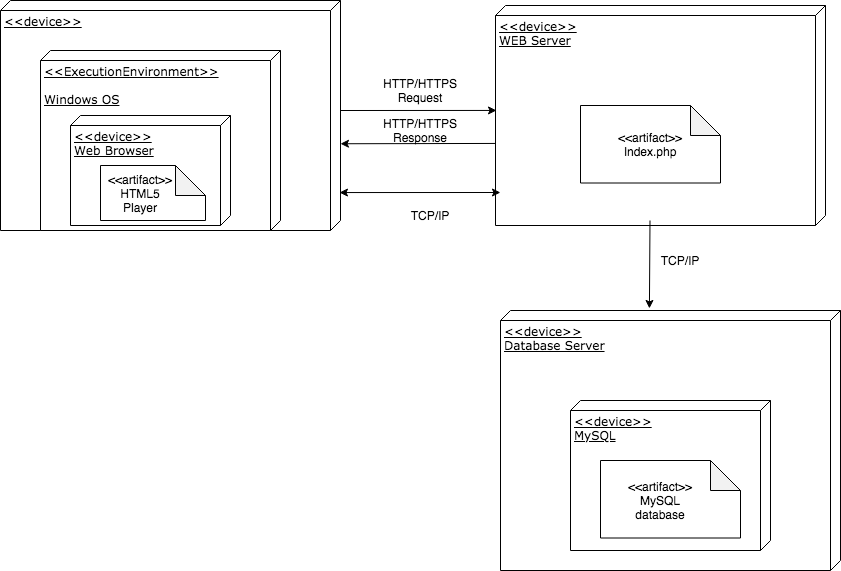
kkasharaj17/SE-project keeps this draw.io diagram as Diagrams/Deployment Diagram/Deployment.png. Above is the earlier version. Source tidied: cells renumbered, new cells last; positions are measured from the earlier drawing's top-left corner, leaving out a move shared by most shapes. The source it was exported from:
```xml
<mxGraphModel background="#ffffff">
  <root>
    <mxCell id="0" />
    <mxCell id="1" parent="0" />
    <mxCell id="2" value="&amp;lt;&amp;lt;device&amp;gt;&amp;gt;" style="verticalAlign=top;align=left;spacingTop=8;spacingLeft=2;spacingRight=12;shape=cube;size=10;direction=south;fontStyle=4;html=1;rounded=0;shadow=0;comic=0;labelBackgroundColor=none;strokeWidth=1;fontFamily=Verdana;fontSize=12;" parent="1" vertex="1">
      <mxGeometry width="340" height="230" as="geometry" />
    </mxCell>
    <mxCell id="3" value="&amp;lt;&amp;lt;device&amp;gt;&amp;gt;&lt;br&gt;WEB Server" style="verticalAlign=top;align=left;spacingTop=8;spacingLeft=2;spacingRight=12;shape=cube;size=10;direction=south;fontStyle=4;html=1;rounded=0;shadow=0;comic=0;labelBackgroundColor=none;strokeWidth=1;fontFamily=Verdana;fontSize=12;" parent="1" vertex="1">
      <mxGeometry x="495" y="5" width="330" height="220" as="geometry" />
    </mxCell>
    <mxCell id="4" value="&amp;lt;&amp;lt;device&amp;gt;&amp;gt;&lt;br&gt;Database Server" style="verticalAlign=top;align=left;spacingTop=8;spacingLeft=2;spacingRight=12;shape=cube;size=10;direction=south;fontStyle=4;html=1;rounded=0;shadow=0;comic=0;labelBackgroundColor=none;strokeWidth=1;fontFamily=Verdana;fontSize=12;" parent="1" vertex="1">
      <mxGeometry x="500" y="310" width="340" height="260" as="geometry" />
    </mxCell>
    <mxCell id="5" value="&amp;lt;&amp;lt;ExecutionEnvironment&amp;gt;&amp;gt;&lt;br&gt;&lt;br&gt;Windows OS" style="verticalAlign=top;align=left;spacingTop=8;spacingLeft=2;spacingRight=12;shape=cube;size=10;direction=south;fontStyle=4;html=1;rounded=0;shadow=0;comic=0;labelBackgroundColor=none;strokeWidth=1;fontFamily=Verdana;fontSize=12;" parent="1" vertex="1">
      <mxGeometry x="40" y="50" width="240" height="180" as="geometry" />
    </mxCell>
    <mxCell id="6" value="&amp;lt;&amp;lt;device&amp;gt;&amp;gt;&lt;br&gt;Web Browser&lt;br&gt;&lt;br&gt;" style="verticalAlign=top;align=left;spacingTop=8;spacingLeft=2;spacingRight=12;shape=cube;size=10;direction=south;fontStyle=4;html=1;rounded=0;shadow=0;comic=0;labelBackgroundColor=none;strokeWidth=1;fontFamily=Verdana;fontSize=12;" parent="1" vertex="1">
      <mxGeometry x="70" y="115" width="160" height="110" as="geometry" />
    </mxCell>
    <mxCell id="7" style="shape=note;whiteSpace=wrap;html=1;backgroundOutline=1;darkOpacity=0.05;" parent="1" vertex="1">
      <mxGeometry x="100" y="165" width="105" height="55" as="geometry" />
    </mxCell>
    <mxCell id="8" value="&amp;lt;&amp;lt;artifact&amp;gt;&amp;gt;&lt;br&gt;HTML5 Player" style="text;html=1;strokeColor=none;fillColor=none;align=center;verticalAlign=middle;whiteSpace=wrap;rounded=0;" parent="1" vertex="1">
      <mxGeometry x="120" y="182.5" width="40" height="20" as="geometry" />
    </mxCell>
    <mxCell id="9" style="shape=note;whiteSpace=wrap;html=1;backgroundOutline=1;darkOpacity=0.05;" parent="1" vertex="1">
      <mxGeometry x="580" y="105" width="140" height="77.5" as="geometry" />
    </mxCell>
    <mxCell id="10" value="&amp;lt;&amp;lt;artifact&amp;gt;&amp;gt;&lt;br&gt;Index.php" style="text;html=1;strokeColor=none;fillColor=none;align=center;verticalAlign=middle;whiteSpace=wrap;rounded=0;" parent="1" vertex="1">
      <mxGeometry x="630" y="133.8" width="40" height="20" as="geometry" />
    </mxCell>
    <mxCell id="11" value="&amp;lt;&amp;lt;device&amp;gt;&amp;gt;&lt;br&gt;MySQL" style="verticalAlign=top;align=left;spacingTop=8;spacingLeft=2;spacingRight=12;shape=cube;size=10;direction=south;fontStyle=4;html=1;rounded=0;shadow=0;comic=0;labelBackgroundColor=none;strokeWidth=1;fontFamily=Verdana;fontSize=12;" parent="1" vertex="1">
      <mxGeometry x="570" y="400" width="200" height="150" as="geometry" />
    </mxCell>
    <mxCell id="12" style="shape=note;whiteSpace=wrap;html=1;backgroundOutline=1;darkOpacity=0.05;" parent="1" vertex="1">
      <mxGeometry x="600" y="460" width="140" height="77.5" as="geometry" />
    </mxCell>
    <mxCell id="13" value="&amp;lt;&amp;lt;artifact&amp;gt;&amp;gt;&lt;br&gt;MySQL database" style="text;html=1;strokeColor=none;fillColor=none;align=center;verticalAlign=middle;whiteSpace=wrap;rounded=0;" parent="1" vertex="1">
      <mxGeometry x="640" y="490" width="40" height="20" as="geometry" />
    </mxCell>
    <mxCell id="14" style="endArrow=classic;html=1;exitX=0;exitY=0;exitDx=110;exitDy=0;exitPerimeter=0;entryX=0.477;entryY=0.997;entryDx=0;entryDy=0;entryPerimeter=0;" parent="1" edge="1" source="2" target="3">
      <mxGeometry relative="1" as="geometry" />
    </mxCell>
    <mxCell id="15" value="HTTP/HTTPS Request" style="text;html=1;strokeColor=none;fillColor=none;align=center;verticalAlign=middle;whiteSpace=wrap;rounded=0;" parent="1" vertex="1">
      <mxGeometry x="400" y="80" width="40" height="20" as="geometry" />
    </mxCell>
    <mxCell id="16" style="endArrow=classic;html=1;entryX=-0.008;entryY=0.562;entryDx=0;entryDy=0;entryPerimeter=0;" parent="1" edge="1" target="4">
      <mxGeometry relative="1" as="geometry">
        <mxPoint x="649.5" y="220" as="sourcePoint" />
      </mxGeometry>
    </mxCell>
    <mxCell id="17" style="endArrow=classic;html=1;exitX=0.627;exitY=1;exitDx=0;exitDy=0;exitPerimeter=0;" parent="1" edge="1" source="3">
      <mxGeometry relative="1" as="geometry">
        <mxPoint x="340" y="143.2" as="targetPoint" />
      </mxGeometry>
    </mxCell>
    <mxCell id="18" value="HTTP/HTTPS Response" style="text;html=1;strokeColor=none;fillColor=none;align=center;verticalAlign=middle;whiteSpace=wrap;rounded=0;" parent="1" vertex="1">
      <mxGeometry x="400" y="120" width="40" height="20" as="geometry" />
    </mxCell>
    <mxCell id="19" value="TCP/IP" style="text;html=1;strokeColor=none;fillColor=none;align=center;verticalAlign=middle;whiteSpace=wrap;rounded=0;" parent="1" vertex="1">
      <mxGeometry x="660" y="250" width="40" height="20" as="geometry" />
    </mxCell>
    <mxCell id="20" style="endArrow=classic;startArrow=classic;html=1;exitX=0.835;exitY=0.003;exitDx=0;exitDy=0;exitPerimeter=0;entryX=0.85;entryY=0.985;entryDx=0;entryDy=0;entryPerimeter=0;" parent="1" edge="1" source="2" target="3">
      <mxGeometry relative="1" as="geometry" />
    </mxCell>
    <mxCell id="21" value="TCP/IP" style="text;html=1;strokeColor=none;fillColor=none;align=center;verticalAlign=middle;whiteSpace=wrap;rounded=0;" parent="1" vertex="1">
      <mxGeometry x="410" y="205" width="40" height="20" as="geometry" />
    </mxCell>
  </root>
</mxGraphModel>
```
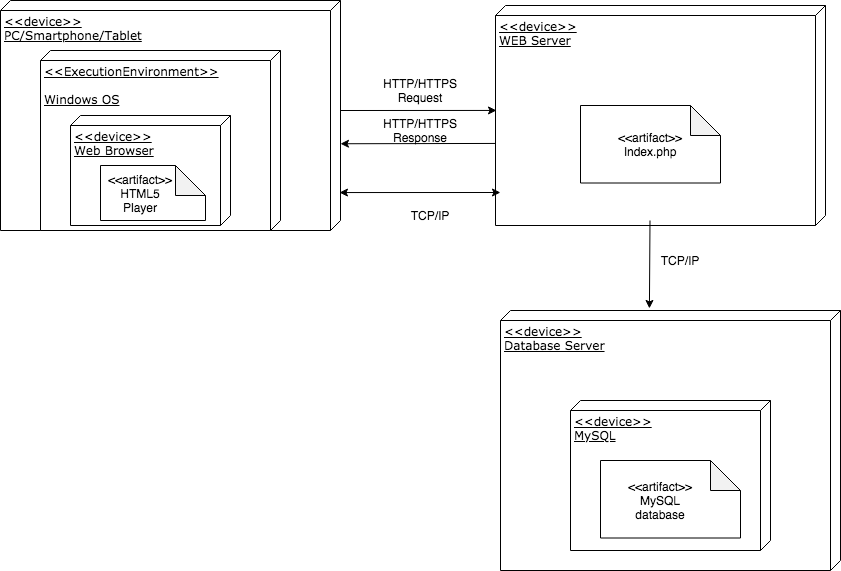
The same file after the commit.

The edit, as a diff of the source:
```diff
@@ -2,7 +2,7 @@
   <root>
     <mxCell id="0" />
     <mxCell id="1" parent="0" />
-    <mxCell id="2" value="&amp;lt;&amp;lt;device&amp;gt;&amp;gt;" style="verticalAlign=top;align=left;spacingTop=8;spacingLeft=2;spacingRight=12;shape=cube;size=10;direction=south;fontStyle=4;html=1;rounded=0;shadow=0;comic=0;labelBackgroundColor=none;strokeWidth=1;fontFamily=Verdana;fontSize=12;" parent="1" vertex="1">
+    <mxCell id="2" value="&amp;lt;&amp;lt;device&amp;gt;&amp;gt;&lt;br&gt;PC/Smartphone/Tablet" style="verticalAlign=top;align=left;spacingTop=8;spacingLeft=2;spacingRight=12;shape=cube;size=10;direction=south;fontStyle=4;html=1;rounded=0;shadow=0;comic=0;labelBackgroundColor=none;strokeWidth=1;fontFamily=Verdana;fontSize=12;" parent="1" vertex="1">
       <mxGeometry width="340" height="230" as="geometry" />
     </mxCell>
     <mxCell id="3" value="&amp;lt;&amp;lt;device&amp;gt;&amp;gt;&lt;br&gt;WEB Server" style="verticalAlign=top;align=left;spacingTop=8;spacingLeft=2;spacingRight=12;shape=cube;size=10;direction=south;fontStyle=4;html=1;rounded=0;shadow=0;comic=0;labelBackgroundColor=none;strokeWidth=1;fontFamily=Verdana;fontSize=12;" parent="1" vertex="1">
```
